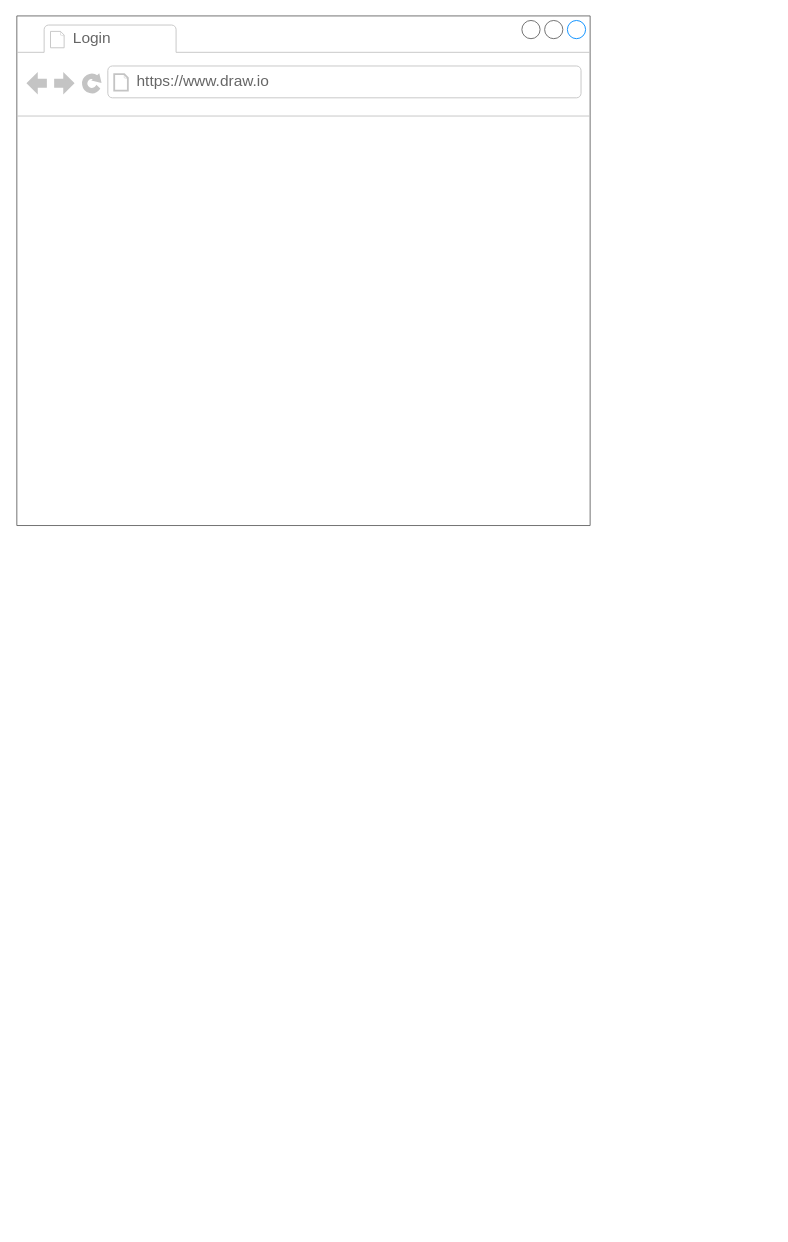
Earlier version of the draw.io diagram page "Wire frames" (3 of 7) of project-diagrams.drawio (aleon1220/multi-cloud-WebApp-Attendance). Source tidied: cells renumbered, new cells numbered last; positions are measured from the earlier drawing's top-left corner, leaving out a move shared by most shapes. Both pictures are drawn from the tidied source at 91%, with x=0, y=0 at pixel (16, 15).
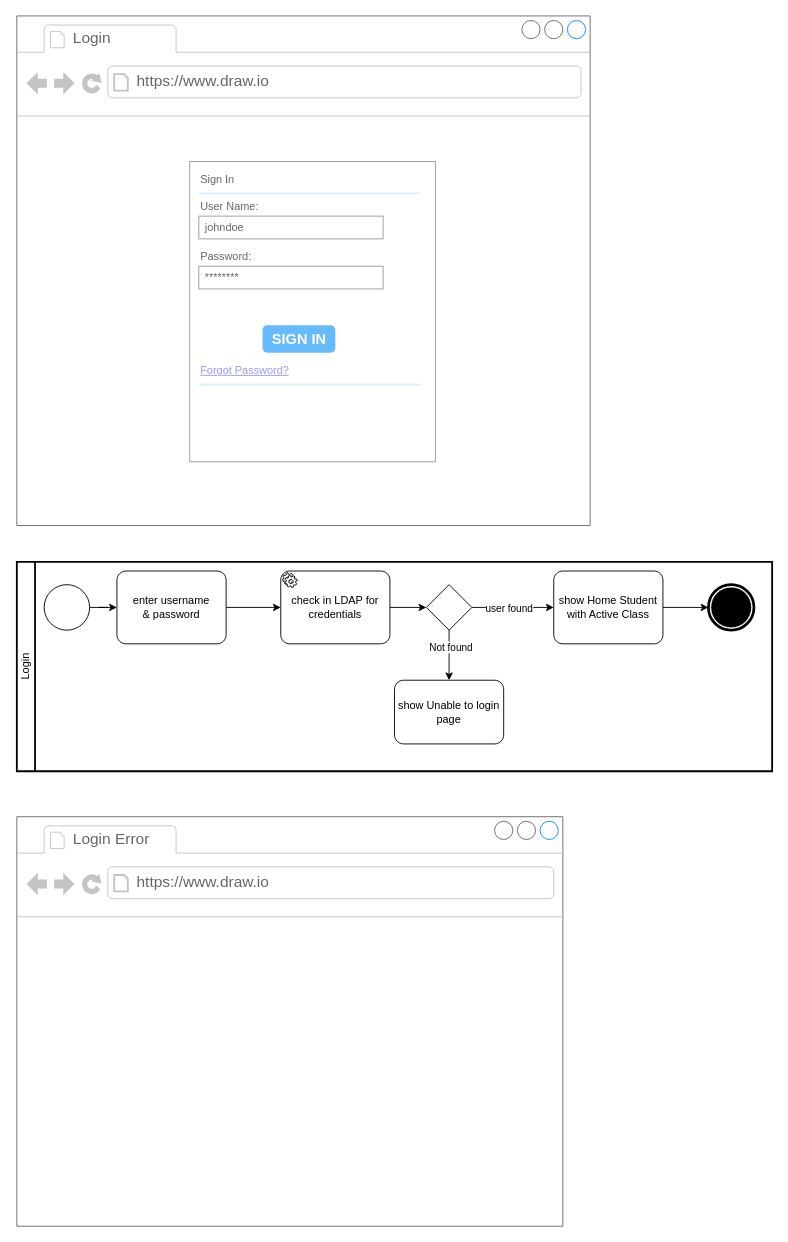
The same page after the edit.

The change refers to these unchanged cells:
```xml
<mxCell id="2" style="strokeWidth=1;shadow=0;dashed=0;align=center;html=1;shape=mxgraph.mockup.containers.browserWindow;rSize=0;strokeColor=#666666;strokeColor2=#008cff;strokeColor3=#c4c4c4;mainText=,;" parent="1" vertex="1">
  <mxGeometry width="630" height="560" as="geometry" />
</mxCell>
```

Change to the diagram source:
```diff
@@
+    <mxCell id="5" style="strokeWidth=1;shadow=0;dashed=0;align=center;html=1;shape=mxgraph.mockup.forms.rrect;rSize=0;strokeColor=#999999;fillColor=#ffffff;" parent="2" vertex="1">
+      <mxGeometry x="190" y="160" width="270" height="330" as="geometry" />
+    </mxCell>
+    <mxCell id="6" value="Sign In" style="strokeWidth=1;shadow=0;dashed=0;align=center;html=1;shape=mxgraph.mockup.forms.anchor;fontSize=12;fontColor=#666666;align=left;spacingLeft=0;" parent="5" vertex="1">
+      <mxGeometry width="135" height="20" relative="1" as="geometry">
+        <mxPoint x="10" y="10" as="offset" />
+      </mxGeometry>
+    </mxCell>
+    <mxCell id="7" style="shape=line;strokeColor=#ddeeff;strokeWidth=2;html=1;" parent="5" vertex="1">
+      <mxGeometry width="243" height="10" relative="1" as="geometry">
+        <mxPoint x="10" y="30" as="offset" />
+      </mxGeometry>
+    </mxCell>
+    <mxCell id="8" value="User Name:" style="strokeWidth=1;shadow=0;dashed=0;align=center;html=1;shape=mxgraph.mockup.forms.anchor;fontSize=12;fontColor=#666666;align=left;spacingLeft=0;" parent="5" vertex="1">
+      <mxGeometry width="135" height="20" relative="1" as="geometry">
+        <mxPoint x="10" y="40" as="offset" />
+      </mxGeometry>
+    </mxCell>
+    <mxCell id="9" value="johndoe" style="strokeWidth=1;shadow=0;dashed=0;align=center;html=1;shape=mxgraph.mockup.forms.rrect;rSize=0;strokeColor=#999999;fontColor=#666666;align=left;spacingLeft=5;" parent="5" vertex="1">
+      <mxGeometry width="202.5" height="25" relative="1" as="geometry">
+        <mxPoint x="10" y="60" as="offset" />
+      </mxGeometry>
+    </mxCell>
+    <mxCell id="10" value="Password:" style="strokeWidth=1;shadow=0;dashed=0;align=center;html=1;shape=mxgraph.mockup.forms.anchor;fontSize=12;fontColor=#666666;align=left;spacingLeft=0;" parent="5" vertex="1">
+      <mxGeometry width="135" height="20" relative="1" as="geometry">
+        <mxPoint x="10" y="95" as="offset" />
+      </mxGeometry>
+    </mxCell>
+    <mxCell id="11" value="********" style="strokeWidth=1;shadow=0;dashed=0;align=center;html=1;shape=mxgraph.mockup.forms.rrect;rSize=0;strokeColor=#999999;fontColor=#666666;align=left;spacingLeft=5;" parent="5" vertex="1">
+      <mxGeometry width="202.5" height="25" relative="1" as="geometry">
+        <mxPoint x="10" y="115" as="offset" />
+      </mxGeometry>
+    </mxCell>
+    <mxCell id="12" value="SIGN IN" style="strokeWidth=1;shadow=0;dashed=0;align=center;html=1;shape=mxgraph.mockup.forms.rrect;rSize=5;strokeColor=none;fontColor=#ffffff;fillColor=#66bbff;fontSize=16;fontStyle=1;" parent="5" vertex="1">
+      <mxGeometry y="1" width="80" height="30" relative="1" as="geometry">
+        <mxPoint x="80" y="-150" as="offset" />
+      </mxGeometry>
+    </mxCell>
+    <mxCell id="13" value="Forgot Password?" style="strokeWidth=1;shadow=0;dashed=0;align=center;html=1;shape=mxgraph.mockup.forms.anchor;fontSize=12;fontColor=#9999ff;align=left;spacingLeft=0;fontStyle=4;" parent="5" vertex="1">
+      <mxGeometry y="1" width="202.5" height="20" relative="1" as="geometry">
+        <mxPoint x="10" y="-110" as="offset" />
+      </mxGeometry>
+    </mxCell>
+    <mxCell id="14" style="shape=line;strokeColor=#ddeeff;strokeWidth=2;html=1;" parent="5" vertex="1">
+      <mxGeometry y="1" width="243" height="10" relative="1" as="geometry">
+        <mxPoint x="10" y="-90" as="offset" />
+      </mxGeometry>
+    </mxCell>
+    <mxCell id="15" value="Login" style="swimlane;html=1;startSize=20;fontStyle=0;horizontal=0;swimlaneLine=1;swimlaneFillColor=#ffffff;strokeWidth=2;whiteSpace=wrap;" parent="1" vertex="1">
+      <mxGeometry y="600" width="830" height="230" as="geometry" />
+    </mxCell>
+    <mxCell id="16" style="edgeStyle=orthogonalEdgeStyle;rounded=0;jettySize=auto;html=1;" parent="15" edge="1" source="17" target="22">
+      <mxGeometry relative="1" as="geometry" />
+    </mxCell>
+    <mxCell id="17" style="points=[[0.145,0.145,0],[0.5,0,0],[0.855,0.145,0],[1,0.5,0],[0.855,0.855,0],[0.5,1,0],[0.145,0.855,0],[0,0.5,0]];shape=mxgraph.bpmn.event;html=1;verticalLabelPosition=bottom;labelBackgroundColor=#ffffff;verticalAlign=top;align=center;perimeter=ellipsePerimeter;outlineConnect=0;outline=standard;symbol=general;" parent="15" vertex="1">
+      <mxGeometry x="30" y="25" width="50" height="50" as="geometry" />
+    </mxCell>
+    <mxCell id="18" style="points=[[0.145,0.145,0],[0.5,0,0],[0.855,0.145,0],[1,0.5,0],[0.855,0.855,0],[0.5,1,0],[0.145,0.855,0],[0,0.5,0]];shape=mxgraph.bpmn.event;html=1;verticalLabelPosition=bottom;labelBackgroundColor=#ffffff;verticalAlign=top;align=center;perimeter=ellipsePerimeter;outlineConnect=0;outline=end;symbol=terminate;" parent="15" vertex="1">
+      <mxGeometry x="760" y="25" width="50" height="50" as="geometry" />
+    </mxCell>
+    <mxCell id="19" style="edgeStyle=orthogonalEdgeStyle;rounded=0;jettySize=auto;html=1;entryX=0;entryY=0.5;entryDx=0;entryDy=0;entryPerimeter=0;" parent="15" edge="1" source="20" target="27">
+      <mxGeometry relative="1" as="geometry" />
+    </mxCell>
+    <mxCell id="20" value="check in LDAP for credentials" style="points=[[0.25,0,0],[0.5,0,0],[0.75,0,0],[1,0.25,0],[1,0.5,0],[1,0.75,0],[0.75,1,0],[0.5,1,0],[0.25,1,0],[0,0.75,0],[0,0.5,0],[0,0.25,0]];shape=mxgraph.bpmn.task;whiteSpace=wrap;rectStyle=rounded;size=10;html=1;taskMarker=service;" parent="15" vertex="1">
+      <mxGeometry x="290" y="10" width="120" height="80" as="geometry" />
+    </mxCell>
+    <mxCell id="21" style="edgeStyle=orthogonalEdgeStyle;rounded=0;jettySize=auto;html=1;" parent="15" edge="1" source="22" target="20">
+      <mxGeometry relative="1" as="geometry" />
+    </mxCell>
+    <mxCell id="22" value="enter username&lt;br&gt;&amp;amp; password" style="points=[[0.25,0,0],[0.5,0,0],[0.75,0,0],[1,0.25,0],[1,0.5,0],[1,0.75,0],[0.75,1,0],[0.5,1,0],[0.25,1,0],[0,0.75,0],[0,0.5,0],[0,0.25,0]];shape=mxgraph.bpmn.task;whiteSpace=wrap;rectStyle=rounded;size=10;html=1;taskMarker=abstract;" parent="15" vertex="1">
+      <mxGeometry x="110" y="10" width="120" height="80" as="geometry" />
+    </mxCell>
+    <mxCell id="23" style="edgeStyle=orthogonalEdgeStyle;rounded=0;jettySize=auto;html=1;exitX=1;exitY=0.5;exitDx=0;exitDy=0;exitPerimeter=0;entryX=0;entryY=0.5;entryDx=0;entryDy=0;entryPerimeter=0;" parent="15" edge="1" source="27" target="29">
+      <mxGeometry relative="1" as="geometry" />
+    </mxCell>
+    <mxCell id="24" value="user found" style="edgeLabel;html=1;align=center;verticalAlign=middle;" parent="23" vertex="1">
+      <mxGeometry x="0.04" relative="1" as="geometry">
+        <mxPoint x="-7" as="offset" />
+      </mxGeometry>
+    </mxCell>
+    <mxCell id="25" style="edgeStyle=orthogonalEdgeStyle;rounded=0;jettySize=auto;html=1;" parent="15" edge="1" source="27">
+      <mxGeometry relative="1" as="geometry">
+        <mxPoint x="475" y="130" as="targetPoint" />
+      </mxGeometry>
+    </mxCell>
+    <mxCell id="26" value="Not found" style="edgeLabel;html=1;align=center;verticalAlign=middle;" parent="25" vertex="1">
+      <mxGeometry x="-0.35" y="1" relative="1" as="geometry" />
+    </mxCell>
+    <mxCell id="27" style="points=[[0.25,0.25,0],[0.5,0,0],[0.75,0.25,0],[1,0.5,0],[0.75,0.75,0],[0.5,1,0],[0.25,0.75,0],[0,0.5,0]];shape=mxgraph.bpmn.gateway2;html=1;verticalLabelPosition=bottom;labelBackgroundColor=#ffffff;verticalAlign=top;align=center;perimeter=rhombusPerimeter;outlineConnect=0;outline=none;symbol=none;" parent="15" vertex="1">
+      <mxGeometry x="450" y="25" width="50" height="50" as="geometry" />
+    </mxCell>
+    <mxCell id="28" style="edgeStyle=orthogonalEdgeStyle;rounded=0;jettySize=auto;html=1;entryX=0;entryY=0.5;entryDx=0;entryDy=0;entryPerimeter=0;" parent="15" edge="1" source="29" target="18">
+      <mxGeometry relative="1" as="geometry" />
+    </mxCell>
+    <mxCell id="29" value="show Home Student&lt;br&gt;with Active Class" style="points=[[0.25,0,0],[0.5,0,0],[0.75,0,0],[1,0.25,0],[1,0.5,0],[1,0.75,0],[0.75,1,0],[0.5,1,0],[0.25,1,0],[0,0.75,0],[0,0.5,0],[0,0.25,0]];shape=mxgraph.bpmn.task;whiteSpace=wrap;rectStyle=rounded;size=10;html=1;taskMarker=abstract;" parent="15" vertex="1">
+      <mxGeometry x="590" y="10" width="120" height="80" as="geometry" />
+    </mxCell>
+    <mxCell id="30" value="show Unable to login&lt;br&gt;page" style="shape=mxgraph.bpmn.task;whiteSpace=wrap;rectStyle=rounded;size=10;html=1;taskMarker=abstract;" parent="15" vertex="1">
+      <mxGeometry x="415" y="130" width="120" height="70" as="geometry" />
+    </mxCell>
+    <mxCell id="31" style="strokeWidth=1;shadow=0;dashed=0;align=center;html=1;shape=mxgraph.mockup.containers.browserWindow;rSize=0;strokeColor=#666666;strokeColor2=#008cff;strokeColor3=#c4c4c4;mainText=,;" parent="1" vertex="1">
+      <mxGeometry y="880" width="600" height="450" as="geometry" />
+    </mxCell>
+    <mxCell id="32" value="Login Error" style="strokeWidth=1;shadow=0;dashed=0;align=center;html=1;shape=mxgraph.mockup.containers.anchor;fontSize=17;fontColor=#666666;align=left;whiteSpace=wrap;" parent="31" vertex="1">
+      <mxGeometry x="60" y="12" width="110" height="26" as="geometry" />
+    </mxCell>
+    <mxCell id="33" value="https://www.draw.io" style="strokeWidth=1;shadow=0;dashed=0;align=center;html=1;shape=mxgraph.mockup.containers.anchor;rSize=0;fontSize=17;fontColor=#666666;align=left;" parent="31" vertex="1">
+      <mxGeometry x="130" y="60" width="250" height="26" as="geometry" />
+    </mxCell>
```
